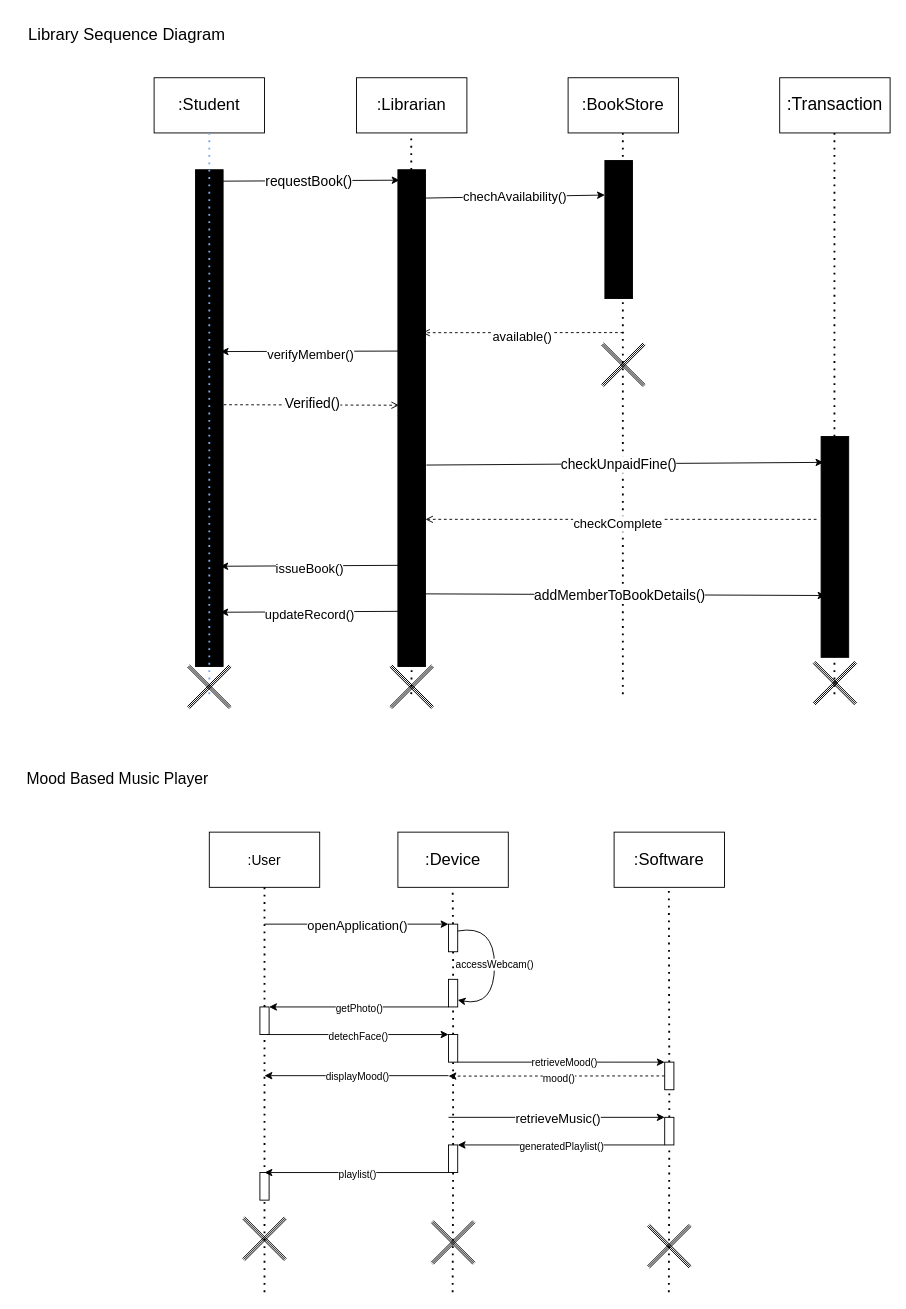
Before: 6th SEM/SE/sequence_diagram.drawio in Reeves9/Class-Notes, a draw.io diagram. Source tidied: cells renumbered, new cells numbered last; positions are measured from the earlier drawing's top-left corner, leaving out a move shared by most shapes. Both pictures are drawn from the tidied source at 92%, with x=0, y=0 at pixel (16, 16).
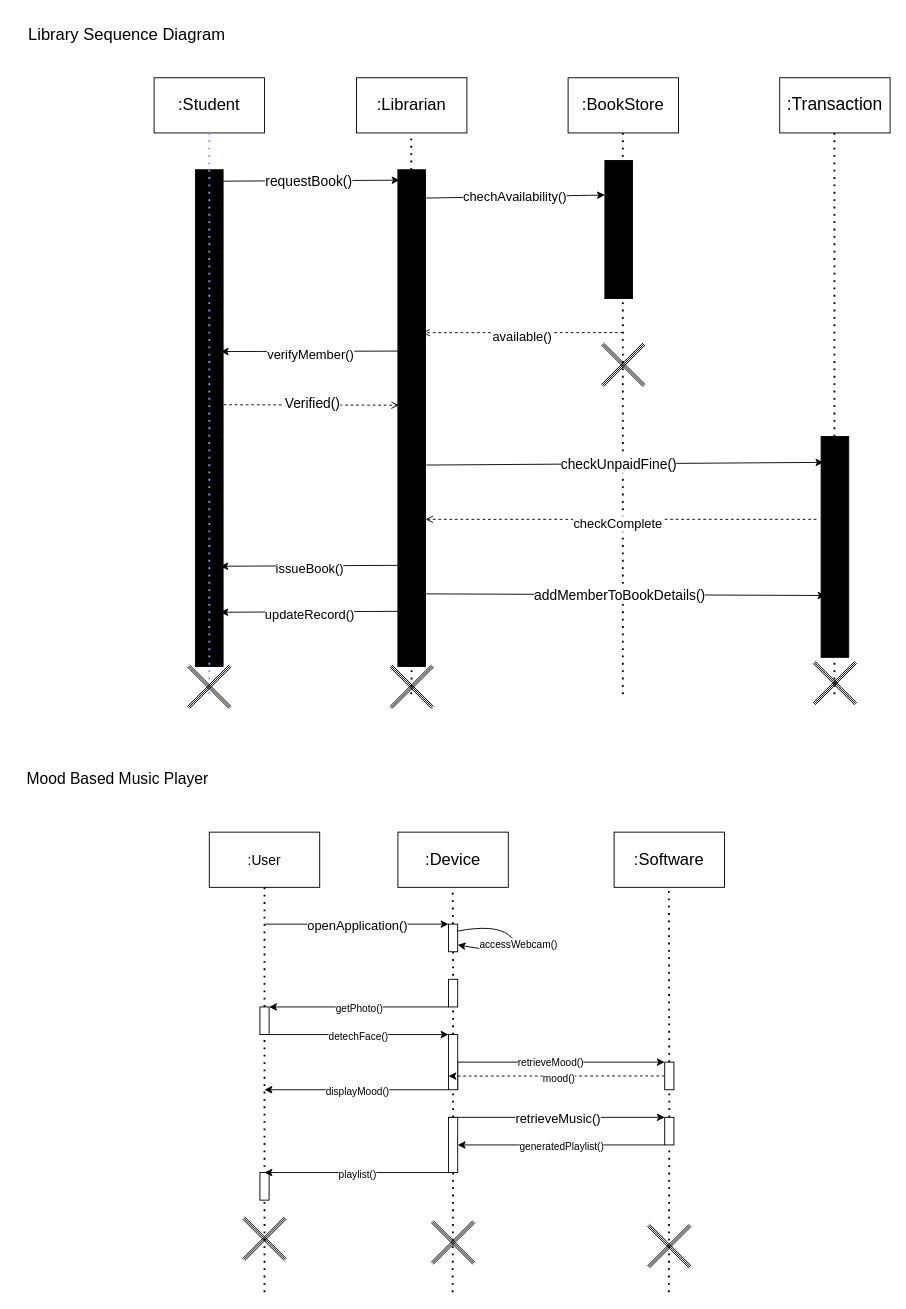
After the change.

The change refers to these unchanged cells:
```xml
<mxCell id="40" style="rounded=0;whiteSpace=wrap;html=1;" parent="1" vertex="1">
  <mxGeometry x="470" y="987" width="10" height="30" as="geometry" />
</mxCell>
<mxCell id="41" style="rounded=0;whiteSpace=wrap;html=1;" parent="1" vertex="1">
  <mxGeometry x="470" y="1047" width="10" height="30" as="geometry" />
</mxCell>
```

Diff of the diagram source:
```diff
@@
-    <mxCell id="42" style="curved=1;endArrow=classic;html=1;rounded=0;entryX=1;entryY=0.75;entryDx=0;entryDy=0;exitX=1;exitY=0.25;exitDx=0;exitDy=0;" parent="1" edge="1" source="40" target="41">
+    <mxCell id="42" style="curved=1;endArrow=classic;html=1;rounded=0;entryX=1;entryY=0.75;entryDx=0;entryDy=0;exitX=1;exitY=0.25;exitDx=0;exitDy=0;" parent="1" edge="1" source="40" target="40">
       <mxGeometry relative="1" as="geometry">
         <Array as="points">
           <mxPoint x="520" y="987" />
-          <mxPoint x="520" y="1077" />
+          <mxPoint x="550" y="1010" />
+          <mxPoint x="520" y="1017" />
         </Array>
       </mxGeometry>
     </mxCell>
@@
     <mxCell id="51" style="rounded=0;whiteSpace=wrap;html=1;" parent="1" vertex="1">
-      <mxGeometry x="470" y="1107" width="10" height="30" as="geometry" />
+      <mxGeometry x="470" y="1107" width="10" height="60" as="geometry" />
     </mxCell>
@@
     <mxCell id="58" style="endArrow=classic;html=1;rounded=0;exitX=0;exitY=1;exitDx=0;exitDy=0;" parent="1" edge="1">
       <mxGeometry relative="1" as="geometry">
-        <mxPoint x="470" y="1151.7" as="sourcePoint" />
-        <mxPoint x="270" y="1151.7" as="targetPoint" />
+        <mxPoint x="470" y="1167" as="sourcePoint" />
+        <mxPoint x="270" y="1167" as="targetPoint" />
       </mxGeometry>
     </mxCell>
@@
-    <mxCell id="64" style="endArrow=classic;html=1;rounded=0;exitX=0;exitY=1;exitDx=0;exitDy=0;entryX=1;entryY=0;entryDx=0;entryDy=0;" parent="1" edge="1" target="67">
+    <mxCell id="64" style="endArrow=classic;html=1;rounded=0;exitX=0;exitY=1;exitDx=0;exitDy=0;entryX=1;entryY=0.5;entryDx=0;entryDy=0;" parent="1" edge="1" target="67">
       <mxGeometry relative="1" as="geometry">
         <mxPoint x="705" y="1227" as="sourcePoint" />
       </mxGeometry>
     </mxCell>
@@
     <mxCell id="67" style="rounded=0;whiteSpace=wrap;html=1;" parent="1" vertex="1">
-      <mxGeometry x="470" y="1227" width="10" height="30" as="geometry" />
+      <mxGeometry x="470" y="1197" width="10" height="60" as="geometry" />
     </mxCell>
```
